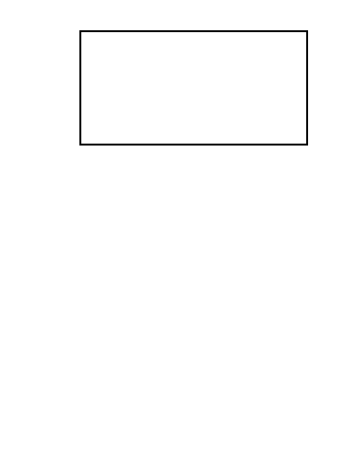
The draw.io diagram Untitled Diagram.drawio in pvasek/elmtest2, before the edit. Source tidied: cells renumbered, new cells numbered last; positions are measured from the earlier drawing's top-left corner, leaving out a move shared by most shapes. Both pictures are drawn from the tidied source at 189%, with x=0, y=0 at pixel (79, 30).
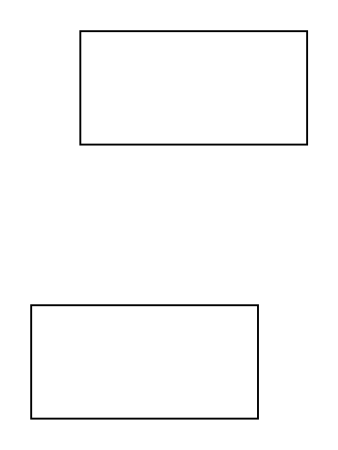
Above is the later version.

What changed in the source:
```diff
@@
 <mxGraphModel>
   <root>
     <mxCell id="0" />
     <mxCell id="1" parent="0" />
     <mxCell id="2" style="whiteSpace=wrap;html=1;fontSize=16;" parent="1" vertex="1">
       <mxGeometry width="120" height="60" as="geometry" />
     </mxCell>
+    <mxCell id="3" style="whiteSpace=wrap;html=1;fontSize=16;" parent="1" vertex="1">
+      <mxGeometry x="-26" y="145" width="120" height="60" as="geometry" />
+    </mxCell>
   </root>
 </mxGraphModel>
```
